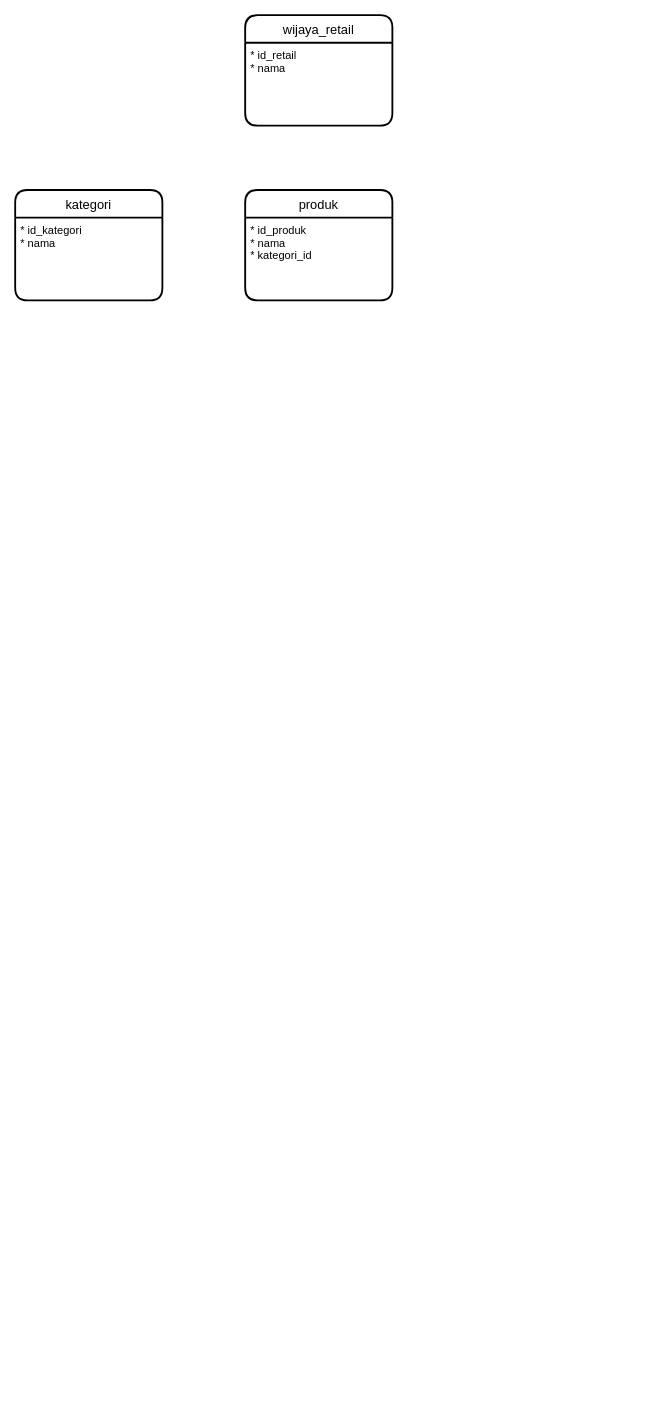
Earlier version of the draw.io diagram page "Tugas-6-Basdat" (4 of 4) of Untitled Diagram.drawio (ivanwijayana/Tugas-Basis-Data). Source tidied: cells renumbered, new cells numbered last; positions are measured from the earlier drawing's top-left corner, leaving out a move shared by most shapes. Both pictures are drawn from the tidied source at 92%, with x=0, y=0 at pixel (15, 15).
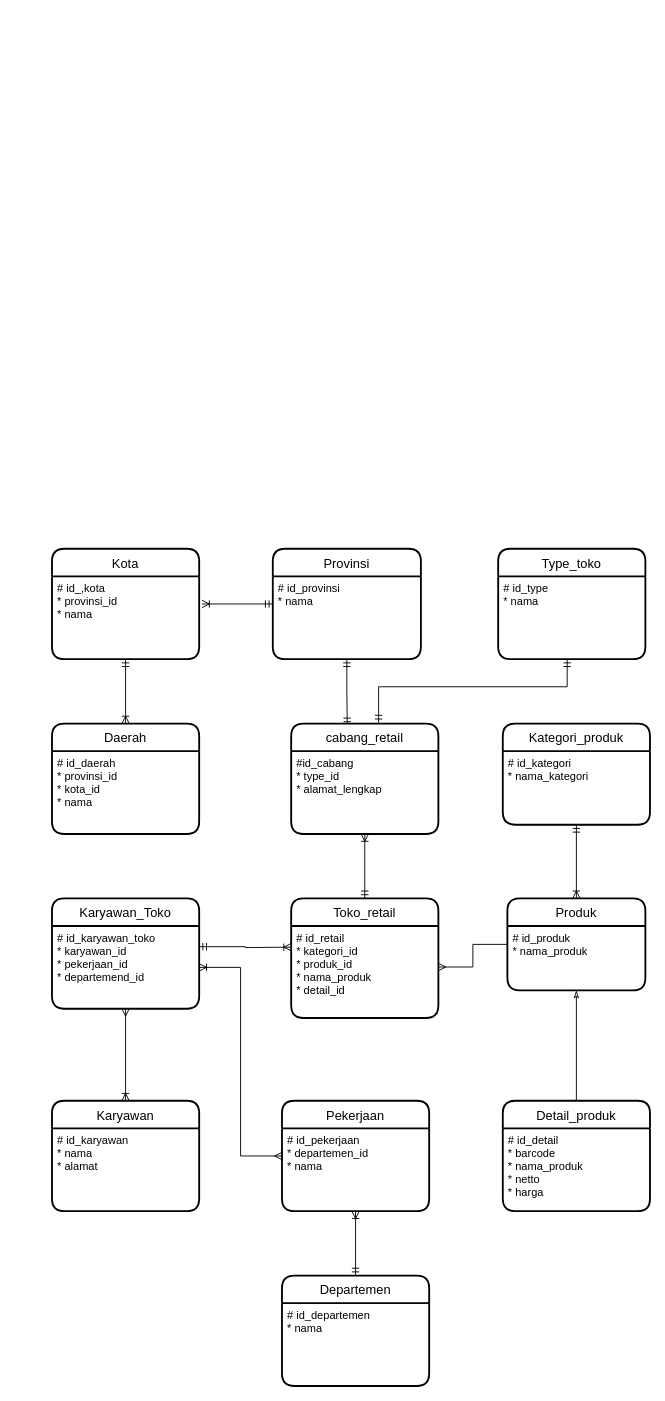
The same page after the edit.

Change to the diagram source:
```diff
@@
-    <mxCell id="2" value="wijaya_retail" style="swimlane;horizontal=1;startSize=30;rounded=1;fontSize=14;fontStyle=0;strokeWidth=2;shadow=0;dashed=0;align=center;" parent="1" vertex="1">
-      <mxGeometry x="250" width="160" height="120" as="geometry" />
-    </mxCell>
-    <mxCell id="3" value="* id_retail&#10;* nama" style="align=left;strokeColor=none;fillColor=none;spacingLeft=4;fontSize=12;verticalAlign=top;" parent="2" vertex="1">
-      <mxGeometry y="30" width="160" height="90" as="geometry" />
-    </mxCell>
-    <mxCell id="4" value="produk" style="swimlane;horizontal=1;startSize=30;rounded=1;fontSize=14;fontStyle=0;strokeWidth=2;shadow=0;dashed=0;align=center;" parent="1" vertex="1">
-      <mxGeometry x="250" y="190" width="160" height="120" as="geometry" />
-    </mxCell>
-    <mxCell id="5" value="* id_produk&#10;* nama&#10;* kategori_id" style="align=left;strokeColor=none;fillColor=none;spacingLeft=4;fontSize=12;verticalAlign=top;" parent="4" vertex="1">
-      <mxGeometry y="30" width="160" height="90" as="geometry" />
-    </mxCell>
-    <mxCell id="6" value="kategori" style="swimlane;horizontal=1;startSize=30;rounded=1;fontSize=14;fontStyle=0;strokeWidth=2;shadow=0;dashed=0;align=center;" parent="1" vertex="1">
-      <mxGeometry y="190" width="160" height="120" as="geometry" />
-    </mxCell>
-    <mxCell id="7" value="* id_kategori&#10;* nama&#10;" style="align=left;strokeColor=none;fillColor=none;spacingLeft=4;fontSize=12;verticalAlign=top;" parent="6" vertex="1">
-      <mxGeometry y="30" width="160" height="90" as="geometry" />
-    </mxCell>
+    <mxCell id="8" style="edgeStyle=orthogonalEdgeStyle;rounded=0;jettySize=auto;html=1;endArrow=ERmany;endFill=0;entryX=1;entryY=0.446;entryDx=0;entryDy=0;entryPerimeter=0;" parent="1" edge="1" source="9" target="15">
+      <mxGeometry relative="1" as="geometry" />
+    </mxCell>
+    <mxCell id="9" value="Produk" style="swimlane;horizontal=1;startSize=30;rounded=1;fontSize=14;fontStyle=0;strokeWidth=2;shadow=0;dashed=0;align=center;" parent="1" vertex="1">
+      <mxGeometry x="535" y="960" width="150" height="100" as="geometry" />
+    </mxCell>
+    <mxCell id="10" value="# id_produk&#10;* nama_produk" style="align=left;strokeColor=none;fillColor=none;spacingLeft=4;fontSize=12;verticalAlign=top;" parent="9" vertex="1">
+      <mxGeometry y="30" width="150" height="70" as="geometry" />
+    </mxCell>
+    <mxCell id="11" value="Kategori_produk" style="swimlane;horizontal=1;startSize=30;rounded=1;fontSize=14;fontStyle=0;strokeWidth=2;shadow=0;dashed=0;align=center;" parent="1" vertex="1">
+      <mxGeometry x="530" y="770" width="160" height="110" as="geometry" />
+    </mxCell>
+    <mxCell id="12" value="# id_kategori&#10;* nama_kategori" style="align=left;strokeColor=none;fillColor=none;spacingLeft=4;fontSize=12;verticalAlign=top;" parent="11" vertex="1">
+      <mxGeometry y="30" width="160" height="80" as="geometry" />
+    </mxCell>
+    <mxCell id="13" style="edgeStyle=orthogonalEdgeStyle;rounded=0;jettySize=auto;html=1;startArrow=ERmandOne;startFill=0;endArrow=ERoneToMany;endFill=0;entryX=0.5;entryY=1;entryDx=0;entryDy=0;" parent="1" edge="1" source="14" target="32">
+      <mxGeometry relative="1" as="geometry" />
+    </mxCell>
+    <mxCell id="14" value="Toko_retail" style="swimlane;horizontal=1;startSize=30;rounded=1;fontSize=14;fontStyle=0;strokeWidth=2;shadow=0;dashed=0;align=center;" parent="1" vertex="1">
+      <mxGeometry x="300" y="960" width="160" height="130" as="geometry" />
+    </mxCell>
+    <mxCell id="15" value="# id_retail&#10;* kategori_id&#10;* produk_id&#10;* nama_produk&#10;* detail_id&#10;&#10;" style="align=left;strokeColor=none;fillColor=none;spacingLeft=4;fontSize=12;verticalAlign=top;" parent="14" vertex="1">
+      <mxGeometry y="30" width="160" height="100" as="geometry" />
+    </mxCell>
+    <mxCell id="16" style="edgeStyle=orthogonalEdgeStyle;rounded=0;jettySize=auto;html=1;entryX=0.5;entryY=1;entryDx=0;entryDy=0;endArrow=classicThin;endFill=0;" parent="1" edge="1" source="17" target="10">
+      <mxGeometry relative="1" as="geometry" />
+    </mxCell>
+    <mxCell id="17" value="Detail_produk" style="swimlane;horizontal=1;startSize=30;rounded=1;fontSize=14;fontStyle=0;strokeWidth=2;shadow=0;dashed=0;align=center;" parent="1" vertex="1">
+      <mxGeometry x="530" y="1180" width="160" height="120" as="geometry" />
+    </mxCell>
+    <mxCell id="18" value="# id_detail&#10;* barcode&#10;* nama_produk&#10;* netto&#10;* harga" style="align=left;strokeColor=none;fillColor=none;spacingLeft=4;fontSize=12;verticalAlign=top;" parent="17" vertex="1">
+      <mxGeometry y="30" width="160" height="90" as="geometry" />
+    </mxCell>
+    <mxCell id="19" value="Type_toko" style="swimlane;horizontal=1;startSize=30;rounded=1;fontSize=14;fontStyle=0;strokeWidth=2;shadow=0;dashed=0;align=center;" parent="1" vertex="1">
+      <mxGeometry x="525" y="580" width="160" height="120" as="geometry" />
+    </mxCell>
+    <mxCell id="20" value="# id_type&#10;* nama" style="align=left;strokeColor=none;fillColor=none;spacingLeft=4;fontSize=12;verticalAlign=top;" parent="19" vertex="1">
+      <mxGeometry y="30" width="160" height="90" as="geometry" />
+    </mxCell>
+    <mxCell id="21" style="edgeStyle=orthogonalEdgeStyle;rounded=0;jettySize=auto;html=1;startArrow=ERmandOne;startFill=0;endArrow=ERmandOne;endFill=0;entryX=0.594;entryY=-0.008;entryDx=0;entryDy=0;entryPerimeter=0;" parent="1" edge="1" source="20" target="31">
+      <mxGeometry relative="1" as="geometry">
+        <Array as="points">
+          <mxPoint x="600" y="730" />
+          <mxPoint x="395" y="730" />
+        </Array>
+      </mxGeometry>
+    </mxCell>
+    <mxCell id="22" style="edgeStyle=orthogonalEdgeStyle;rounded=0;jettySize=auto;html=1;startArrow=ERmandOne;startFill=0;endArrow=ERmandOne;endFill=0;entryX=0.381;entryY=0.017;entryDx=0;entryDy=0;entryPerimeter=0;" parent="1" edge="1" source="24" target="31">
+      <mxGeometry relative="1" as="geometry" />
+    </mxCell>
+    <mxCell id="23" style="edgeStyle=orthogonalEdgeStyle;rounded=0;jettySize=auto;html=1;entryX=1.019;entryY=0.333;entryDx=0;entryDy=0;entryPerimeter=0;startArrow=ERmandOne;startFill=0;endArrow=ERoneToMany;endFill=0;" parent="1" edge="1" source="24" target="27">
+      <mxGeometry relative="1" as="geometry" />
+    </mxCell>
+    <mxCell id="24" value="Provinsi" style="swimlane;horizontal=1;startSize=30;rounded=1;fontSize=14;fontStyle=0;strokeWidth=2;shadow=0;dashed=0;align=center;" parent="1" vertex="1">
+      <mxGeometry x="280" y="580" width="161" height="120" as="geometry" />
+    </mxCell>
+    <mxCell id="25" value="# id_provinsi&#10;* nama" style="align=left;strokeColor=none;fillColor=none;spacingLeft=4;fontSize=12;verticalAlign=top;" parent="24" vertex="1">
+      <mxGeometry y="30" width="161" height="90" as="geometry" />
+    </mxCell>
+    <mxCell id="26" value="Kota" style="swimlane;horizontal=1;startSize=30;rounded=1;fontSize=14;fontStyle=0;strokeWidth=2;shadow=0;dashed=0;align=center;" parent="1" vertex="1">
+      <mxGeometry x="40" y="580" width="160" height="120" as="geometry" />
+    </mxCell>
+    <mxCell id="27" value="# id_,kota&#10;* provinsi_id&#10;* nama" style="align=left;strokeColor=none;fillColor=none;spacingLeft=4;fontSize=12;verticalAlign=top;" parent="26" vertex="1">
+      <mxGeometry y="30" width="160" height="90" as="geometry" />
+    </mxCell>
+    <mxCell id="28" value="Daerah" style="swimlane;horizontal=1;startSize=30;rounded=1;fontSize=14;fontStyle=0;strokeWidth=2;shadow=0;dashed=0;align=center;" parent="1" vertex="1">
+      <mxGeometry x="40" y="770" width="160" height="120" as="geometry" />
+    </mxCell>
+    <mxCell id="29" value="# id_daerah&#10;* provinsi_id&#10;* kota_id&#10;* nama" style="align=left;strokeColor=none;fillColor=none;spacingLeft=4;fontSize=12;verticalAlign=top;" parent="28" vertex="1">
+      <mxGeometry y="30" width="160" height="90" as="geometry" />
+    </mxCell>
+    <mxCell id="30" style="edgeStyle=orthogonalEdgeStyle;rounded=0;jettySize=auto;html=1;startArrow=ERmandOne;startFill=0;endArrow=ERoneToMany;endFill=0;" parent="1" edge="1" source="27" target="28">
+      <mxGeometry relative="1" as="geometry" />
+    </mxCell>
+    <mxCell id="31" value="cabang_retail" style="swimlane;horizontal=1;startSize=30;rounded=1;fontSize=14;fontStyle=0;strokeWidth=2;shadow=0;dashed=0;align=center;" parent="1" vertex="1">
+      <mxGeometry x="300" y="770" width="160" height="120" as="geometry" />
+    </mxCell>
+    <mxCell id="32" value="#id_cabang&#10;* type_id&#10;* alamat_lengkap&#10;" style="align=left;strokeColor=none;fillColor=none;spacingLeft=4;fontSize=12;verticalAlign=top;" parent="31" vertex="1">
+      <mxGeometry y="30" width="160" height="90" as="geometry" />
+    </mxCell>
+    <mxCell id="33" value="Karyawan_Toko" style="swimlane;horizontal=1;startSize=30;rounded=1;fontSize=14;fontStyle=0;strokeWidth=2;shadow=0;dashed=0;align=center;" parent="1" vertex="1">
+      <mxGeometry x="40" y="960" width="160" height="120" as="geometry" />
+    </mxCell>
+    <mxCell id="34" value="# id_karyawan_toko&#10;* karyawan_id&#10;* pekerjaan_id&#10;* departemend_id" style="align=left;strokeColor=none;fillColor=none;spacingLeft=4;fontSize=12;verticalAlign=top;" parent="33" vertex="1">
+      <mxGeometry y="30" width="160" height="90" as="geometry" />
+    </mxCell>
+    <mxCell id="35" style="edgeStyle=orthogonalEdgeStyle;rounded=0;jettySize=auto;html=1;exitX=0.5;exitY=1;exitDx=0;exitDy=0;endArrow=ERoneToMany;endFill=0;startArrow=ERmandOne;startFill=0;" parent="1" edge="1" source="12" target="9">
+      <mxGeometry relative="1" as="geometry" />
+    </mxCell>
+    <mxCell id="36" style="edgeStyle=orthogonalEdgeStyle;rounded=0;jettySize=auto;html=1;exitX=1;exitY=0.25;exitDx=0;exitDy=0;startArrow=ERmandOne;startFill=0;endArrow=ERoneToMany;endFill=0;" parent="1" edge="1" source="34">
+      <mxGeometry relative="1" as="geometry">
+        <mxPoint x="300" y="1013" as="targetPoint" />
+      </mxGeometry>
+    </mxCell>
+    <mxCell id="37" value="Karyawan" style="swimlane;horizontal=1;startSize=30;rounded=1;fontSize=14;fontStyle=0;strokeWidth=2;shadow=0;dashed=0;align=center;" parent="1" vertex="1">
+      <mxGeometry x="40" y="1180" width="160" height="120" as="geometry" />
+    </mxCell>
+    <mxCell id="38" value="# id_karyawan&#10;* nama&#10;* alamat" style="align=left;strokeColor=none;fillColor=none;spacingLeft=4;fontSize=12;verticalAlign=top;" parent="37" vertex="1">
+      <mxGeometry y="30" width="160" height="90" as="geometry" />
+    </mxCell>
+    <mxCell id="39" style="edgeStyle=orthogonalEdgeStyle;rounded=0;jettySize=auto;html=1;exitX=0.5;exitY=1;exitDx=0;exitDy=0;startArrow=ERmany;startFill=0;endArrow=ERoneToMany;endFill=0;" parent="1" edge="1" source="34" target="37">
+      <mxGeometry relative="1" as="geometry" />
+    </mxCell>
+    <mxCell id="40" style="edgeStyle=orthogonalEdgeStyle;rounded=0;jettySize=auto;html=1;entryX=1;entryY=0.5;entryDx=0;entryDy=0;startArrow=ERmany;startFill=0;endArrow=ERoneToMany;endFill=0;" parent="1" edge="1" source="41" target="34">
+      <mxGeometry relative="1" as="geometry" />
+    </mxCell>
+    <mxCell id="41" value="Pekerjaan" style="swimlane;horizontal=1;startSize=30;rounded=1;fontSize=14;fontStyle=0;strokeWidth=2;shadow=0;dashed=0;align=center;" parent="1" vertex="1">
+      <mxGeometry x="290" y="1180" width="160" height="120" as="geometry" />
+    </mxCell>
+    <mxCell id="42" value="# id_pekerjaan&#10;* departemen_id&#10;* nama" style="align=left;strokeColor=none;fillColor=none;spacingLeft=4;fontSize=12;verticalAlign=top;" parent="41" vertex="1">
+      <mxGeometry y="30" width="160" height="90" as="geometry" />
+    </mxCell>
+    <mxCell id="43" style="edgeStyle=orthogonalEdgeStyle;rounded=0;jettySize=auto;html=1;entryX=0.5;entryY=1;entryDx=0;entryDy=0;startArrow=ERmandOne;startFill=0;endArrow=ERoneToMany;endFill=0;" parent="1" edge="1" source="44" target="42">
+      <mxGeometry relative="1" as="geometry" />
+    </mxCell>
+    <mxCell id="44" value="Departemen" style="swimlane;horizontal=1;startSize=30;rounded=1;fontSize=14;fontStyle=0;strokeWidth=2;shadow=0;dashed=0;align=center;" parent="1" vertex="1">
+      <mxGeometry x="290" y="1370" width="160" height="120" as="geometry" />
+    </mxCell>
+    <mxCell id="45" value="# id_departemen&#10;* nama" style="align=left;strokeColor=none;fillColor=none;spacingLeft=4;fontSize=12;verticalAlign=top;" parent="44" vertex="1">
+      <mxGeometry y="30" width="160" height="90" as="geometry" />
+    </mxCell>
```
